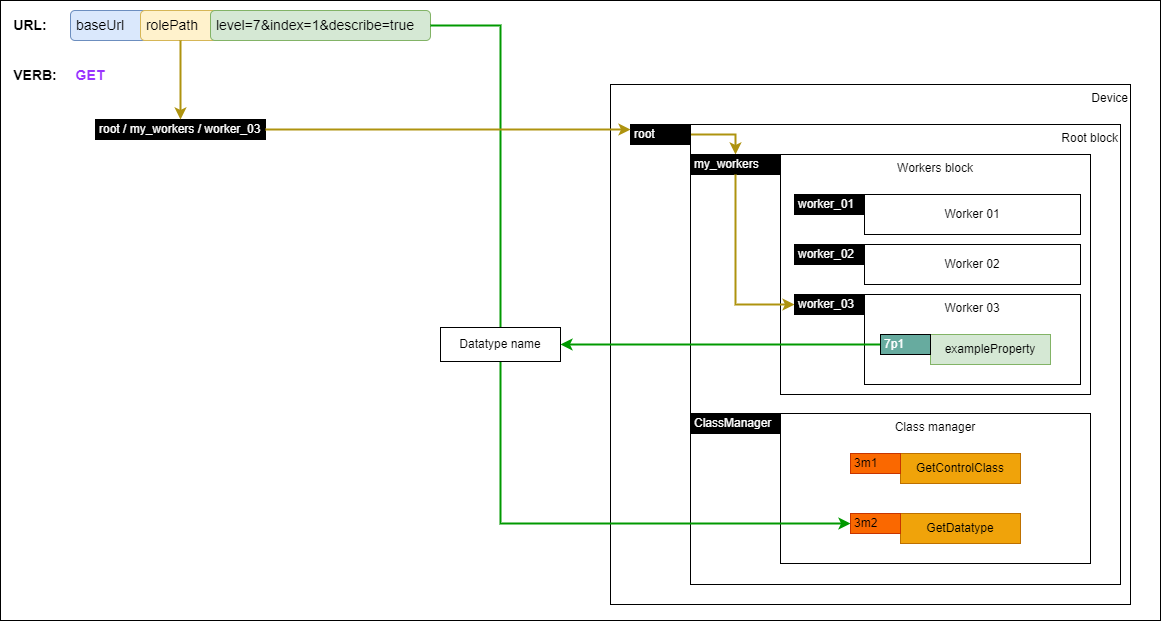
AMWA-TV/is-device-configuration keeps this draw.io diagram as docs/images/getting-datatype-descriptor.png. Above is the earlier version. Source tidied: cells renumbered, new cells last; positions are measured from the earlier drawing's top-left corner, leaving out a move shared by most shapes. The source it was exported from:
```xml
<mxGraphModel>
  <root>
    <mxCell id="0" />
    <mxCell id="1" parent="0" />
    <mxCell id="2" style="rounded=0;whiteSpace=wrap;html=1;" parent="1" vertex="1">
      <mxGeometry width="1160" height="620" as="geometry" />
    </mxCell>
    <mxCell id="3" value="Device" style="rounded=0;whiteSpace=wrap;html=1;align=right;verticalAlign=top;" parent="1" vertex="1">
      <mxGeometry x="610" y="84" width="520" height="520" as="geometry" />
    </mxCell>
    <mxCell id="4" value="&lt;div&gt;Root block&lt;br&gt;&lt;/div&gt;" style="rounded=0;whiteSpace=wrap;html=1;align=right;verticalAlign=top;" parent="1" vertex="1">
      <mxGeometry x="690" y="124" width="430" height="460" as="geometry" />
    </mxCell>
    <mxCell id="5" value="Workers block" style="rounded=0;whiteSpace=wrap;html=1;verticalAlign=top;" parent="1" vertex="1">
      <mxGeometry x="780" y="154" width="310" height="240" as="geometry" />
    </mxCell>
    <mxCell id="6" value="Worker 01" style="rounded=0;whiteSpace=wrap;html=1;" parent="1" vertex="1">
      <mxGeometry x="864" y="194" width="216" height="40" as="geometry" />
    </mxCell>
    <mxCell id="7" value="Worker 02" style="rounded=0;whiteSpace=wrap;html=1;" parent="1" vertex="1">
      <mxGeometry x="864" y="244" width="216" height="40" as="geometry" />
    </mxCell>
    <mxCell id="8" value="Worker 03" style="rounded=0;whiteSpace=wrap;html=1;verticalAlign=top;" parent="1" vertex="1">
      <mxGeometry x="864" y="294" width="216" height="90" as="geometry" />
    </mxCell>
    <mxCell id="9" style="edgeStyle=orthogonalEdgeStyle;rounded=0;jettySize=auto;html=1;exitX=1;exitY=0.5;exitDx=0;exitDy=0;fontColor=#000000;strokeColor=#ae930f;strokeWidth=2;" parent="1" edge="1" source="10" target="11">
      <mxGeometry relative="1" as="geometry" />
    </mxCell>
    <mxCell id="10" value="root" style="rounded=0;whiteSpace=wrap;html=1;align=left;fillColor=#000000;fontColor=#FFFFFF;spacingLeft=2;" parent="1" vertex="1">
      <mxGeometry x="630" y="124" width="60" height="20" as="geometry" />
    </mxCell>
    <mxCell id="11" value="my_workers" style="rounded=0;whiteSpace=wrap;html=1;align=left;fillColor=#000000;fontColor=#FFFFFF;spacingLeft=2;" parent="1" vertex="1">
      <mxGeometry x="690" y="154" width="90" height="20" as="geometry" />
    </mxCell>
    <mxCell id="12" value="worker_01" style="rounded=0;whiteSpace=wrap;html=1;align=left;fillColor=#000000;fontColor=#FFFFFF;spacingLeft=2;" parent="1" vertex="1">
      <mxGeometry x="794" y="194" width="70" height="20" as="geometry" />
    </mxCell>
    <mxCell id="13" value="exampleProperty" style="rounded=0;whiteSpace=wrap;html=1;fillColor=#d5e8d4;strokeColor=#82b366;fontColor=default;" parent="1" vertex="1">
      <mxGeometry x="930" y="334" width="120" height="30" as="geometry" />
    </mxCell>
    <mxCell id="14" style="edgeStyle=orthogonalEdgeStyle;rounded=0;jettySize=auto;html=1;exitX=0;exitY=0.5;exitDx=0;exitDy=0;entryX=1;entryY=0.5;entryDx=0;entryDy=0;strokeColor=#009900;fontColor=#000000;strokeWidth=2;startArrow=none;startFill=0;" parent="1" edge="1" source="15" target="35">
      <mxGeometry relative="1" as="geometry" />
    </mxCell>
    <mxCell id="15" value="7p1" style="rounded=0;whiteSpace=wrap;html=1;align=left;fillColor=#67AB9F;fontColor=#FFFFFF;spacingLeft=2;" parent="1" vertex="1">
      <mxGeometry x="880" y="334" width="50" height="20" as="geometry" />
    </mxCell>
    <mxCell id="16" value="Class manager" style="rounded=0;whiteSpace=wrap;html=1;verticalAlign=top;" parent="1" vertex="1">
      <mxGeometry x="780" y="413" width="310" height="150" as="geometry" />
    </mxCell>
    <mxCell id="17" value="ClassManager" style="rounded=0;whiteSpace=wrap;html=1;align=left;fillColor=#000000;fontColor=#FFFFFF;spacingLeft=2;" parent="1" vertex="1">
      <mxGeometry x="690" y="413" width="90" height="20" as="geometry" />
    </mxCell>
    <mxCell id="18" value="worker_02" style="rounded=0;whiteSpace=wrap;html=1;align=left;fillColor=#000000;fontColor=#FFFFFF;spacingLeft=2;" parent="1" vertex="1">
      <mxGeometry x="794" y="244" width="70" height="20" as="geometry" />
    </mxCell>
    <mxCell id="19" value="GetControlClass" style="rounded=0;whiteSpace=wrap;html=1;fillColor=#f0a30a;strokeColor=#BD7000;fontColor=#000000;" parent="1" vertex="1">
      <mxGeometry x="900" y="453" width="120" height="30" as="geometry" />
    </mxCell>
    <mxCell id="20" value="3m1" style="rounded=0;whiteSpace=wrap;html=1;align=left;fillColor=#fa6800;fontColor=#000000;spacingLeft=2;strokeColor=#C73500;" parent="1" vertex="1">
      <mxGeometry x="850" y="453" width="50" height="20" as="geometry" />
    </mxCell>
    <mxCell id="21" value="GetDatatype" style="rounded=0;whiteSpace=wrap;html=1;fillColor=#f0a30a;strokeColor=#BD7000;fontColor=#000000;" parent="1" vertex="1">
      <mxGeometry x="900" y="513" width="120" height="30" as="geometry" />
    </mxCell>
    <mxCell id="22" value="3m2" style="rounded=0;whiteSpace=wrap;html=1;align=left;fillColor=#fa6800;fontColor=#000000;spacingLeft=2;strokeColor=#C73500;" parent="1" vertex="1">
      <mxGeometry x="850" y="513" width="50" height="20" as="geometry" />
    </mxCell>
    <mxCell id="23" value="&amp;nbsp;baseUrl" style="rounded=1;whiteSpace=wrap;html=1;align=left;fontSize=14;fillColor=#dae8fc;strokeColor=#6c8ebf;" parent="1" vertex="1">
      <mxGeometry x="70" y="10" width="90" height="30" as="geometry" />
    </mxCell>
    <mxCell id="24" value="&amp;nbsp;rolePath" style="rounded=1;whiteSpace=wrap;html=1;align=left;fontSize=14;fillColor=#fff2cc;strokeColor=#d6b656;" parent="1" vertex="1">
      <mxGeometry x="140" y="10" width="80" height="30" as="geometry" />
    </mxCell>
    <mxCell id="25" value="&amp;nbsp;level=7&amp;amp;index=1&amp;amp;describe=true" style="rounded=1;whiteSpace=wrap;html=1;align=left;fontSize=14;fillColor=#d5e8d4;strokeColor=#82b366;" parent="1" vertex="1">
      <mxGeometry x="210" y="10" width="220" height="30" as="geometry" />
    </mxCell>
    <mxCell id="26" value="URL:" style="text;html=1;strokeColor=none;fillColor=none;align=center;verticalAlign=middle;whiteSpace=wrap;rounded=0;fontStyle=1;fontSize=14;" parent="1" vertex="1">
      <mxGeometry x="10" y="10" width="40" height="30" as="geometry" />
    </mxCell>
    <mxCell id="27" value="VERB:" style="text;html=1;strokeColor=none;fillColor=none;align=center;verticalAlign=middle;whiteSpace=wrap;rounded=0;fontStyle=1;fontSize=14;" parent="1" vertex="1">
      <mxGeometry x="10" y="60" width="50" height="30" as="geometry" />
    </mxCell>
    <mxCell id="28" value="GET" style="text;html=1;strokeColor=none;fillColor=none;align=center;verticalAlign=middle;whiteSpace=wrap;rounded=0;fontStyle=1;fontSize=14;fontColor=#9933FF;" parent="1" vertex="1">
      <mxGeometry x="70" y="60" width="40" height="30" as="geometry" />
    </mxCell>
    <mxCell id="29" value="root / my_workers / worker_03" style="rounded=0;whiteSpace=wrap;html=1;align=left;fillColor=#000000;fontColor=#FFFFFF;spacingLeft=2;" parent="1" vertex="1">
      <mxGeometry x="95" y="119" width="170" height="20" as="geometry" />
    </mxCell>
    <mxCell id="30" style="edgeStyle=orthogonalEdgeStyle;rounded=0;jettySize=auto;html=1;exitX=0.5;exitY=1;exitDx=0;exitDy=0;fontColor=#000000;strokeColor=#ae930f;strokeWidth=2;entryX=0;entryY=0.5;entryDx=0;entryDy=0;" parent="1" edge="1" source="11" target="31">
      <mxGeometry relative="1" as="geometry" />
    </mxCell>
    <mxCell id="31" value="worker_03" style="rounded=0;whiteSpace=wrap;html=1;align=left;fillColor=#000000;fontColor=#FFFFFF;spacingLeft=2;" parent="1" vertex="1">
      <mxGeometry x="794" y="294" width="70" height="20" as="geometry" />
    </mxCell>
    <mxCell id="32" style="edgeStyle=orthogonalEdgeStyle;rounded=0;jettySize=auto;html=1;exitX=1;exitY=0.5;exitDx=0;exitDy=0;fontColor=#000000;strokeColor=#009900;strokeWidth=2;entryX=0;entryY=0.5;entryDx=0;entryDy=0;" parent="1" edge="1" source="25" target="22">
      <mxGeometry relative="1" as="geometry">
        <Array as="points">
          <mxPoint x="500" y="25" />
          <mxPoint x="500" y="523" />
        </Array>
      </mxGeometry>
    </mxCell>
    <mxCell id="33" style="edgeStyle=orthogonalEdgeStyle;rounded=0;jettySize=auto;html=1;exitX=1;exitY=0.5;exitDx=0;exitDy=0;fontColor=#000000;strokeColor=#ae930f;entryX=0;entryY=0.25;entryDx=0;entryDy=0;strokeWidth=2;" parent="1" edge="1" source="29" target="10">
      <mxGeometry relative="1" as="geometry">
        <Array as="points">
          <mxPoint x="265" y="129" />
        </Array>
      </mxGeometry>
    </mxCell>
    <mxCell id="34" style="edgeStyle=orthogonalEdgeStyle;rounded=0;jettySize=auto;html=1;fontColor=#000000;strokeColor=#ae930f;entryX=0.5;entryY=0;entryDx=0;entryDy=0;strokeWidth=2;" parent="1" edge="1" source="24" target="29">
      <mxGeometry relative="1" as="geometry" />
    </mxCell>
    <mxCell id="35" value="Datatype name" style="rounded=0;whiteSpace=wrap;html=1;" parent="1" vertex="1">
      <mxGeometry x="440" y="327" width="120" height="34" as="geometry" />
    </mxCell>
  </root>
</mxGraphModel>
```
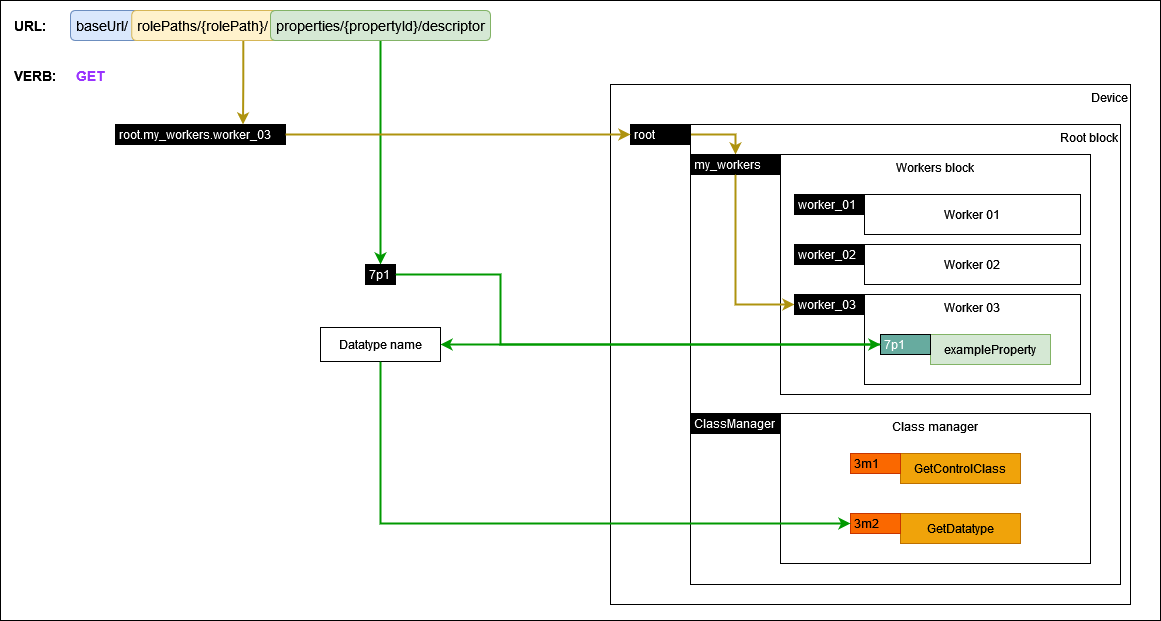
The same file after the commit.

What changed in the source:
```diff
@@ -65,15 +65,6 @@
     <mxCell id="22" value="3m2" style="rounded=0;whiteSpace=wrap;html=1;align=left;fillColor=#fa6800;fontColor=#000000;spacingLeft=2;strokeColor=#C73500;" parent="1" vertex="1">
       <mxGeometry x="850" y="513" width="50" height="20" as="geometry" />
     </mxCell>
-    <mxCell id="23" value="&amp;nbsp;baseUrl" style="rounded=1;whiteSpace=wrap;html=1;align=left;fontSize=14;fillColor=#dae8fc;strokeColor=#6c8ebf;" parent="1" vertex="1">
-      <mxGeometry x="70" y="10" width="90" height="30" as="geometry" />
-    </mxCell>
-    <mxCell id="24" value="&amp;nbsp;rolePath" style="rounded=1;whiteSpace=wrap;html=1;align=left;fontSize=14;fillColor=#fff2cc;strokeColor=#d6b656;" parent="1" vertex="1">
-      <mxGeometry x="140" y="10" width="80" height="30" as="geometry" />
-    </mxCell>
-    <mxCell id="25" value="&amp;nbsp;level=7&amp;amp;index=1&amp;amp;describe=true" style="rounded=1;whiteSpace=wrap;html=1;align=left;fontSize=14;fillColor=#d5e8d4;strokeColor=#82b366;" parent="1" vertex="1">
-      <mxGeometry x="210" y="10" width="220" height="30" as="geometry" />
-    </mxCell>
     <mxCell id="26" value="URL:" style="text;html=1;strokeColor=none;fillColor=none;align=center;verticalAlign=middle;whiteSpace=wrap;rounded=0;fontStyle=1;fontSize=14;" parent="1" vertex="1">
       <mxGeometry x="10" y="10" width="40" height="30" as="geometry" />
     </mxCell>
@@ -83,8 +74,8 @@
     <mxCell id="28" value="GET" style="text;html=1;strokeColor=none;fillColor=none;align=center;verticalAlign=middle;whiteSpace=wrap;rounded=0;fontStyle=1;fontSize=14;fontColor=#9933FF;" parent="1" vertex="1">
       <mxGeometry x="70" y="60" width="40" height="30" as="geometry" />
     </mxCell>
-    <mxCell id="29" value="root / my_workers / worker_03" style="rounded=0;whiteSpace=wrap;html=1;align=left;fillColor=#000000;fontColor=#FFFFFF;spacingLeft=2;" parent="1" vertex="1">
-      <mxGeometry x="95" y="119" width="170" height="20" as="geometry" />
+    <mxCell id="29" value="root.my_workers.worker_03" style="rounded=0;whiteSpace=wrap;html=1;align=left;fillColor=#000000;fontColor=#FFFFFF;spacingLeft=2;" parent="1" vertex="1">
+      <mxGeometry x="115" y="124" width="170" height="20" as="geometry" />
     </mxCell>
     <mxCell id="30" style="edgeStyle=orthogonalEdgeStyle;rounded=0;jettySize=auto;html=1;exitX=0.5;exitY=1;exitDx=0;exitDy=0;fontColor=#000000;strokeColor=#ae930f;strokeWidth=2;entryX=0;entryY=0.5;entryDx=0;entryDy=0;" parent="1" edge="1" source="11" target="31">
       <mxGeometry relative="1" as="geometry" />
@@ -92,26 +83,49 @@
     <mxCell id="31" value="worker_03" style="rounded=0;whiteSpace=wrap;html=1;align=left;fillColor=#000000;fontColor=#FFFFFF;spacingLeft=2;" parent="1" vertex="1">
       <mxGeometry x="794" y="294" width="70" height="20" as="geometry" />
     </mxCell>
-    <mxCell id="32" style="edgeStyle=orthogonalEdgeStyle;rounded=0;jettySize=auto;html=1;exitX=1;exitY=0.5;exitDx=0;exitDy=0;fontColor=#000000;strokeColor=#009900;strokeWidth=2;entryX=0;entryY=0.5;entryDx=0;entryDy=0;" parent="1" edge="1" source="25" target="22">
+    <mxCell id="32" style="edgeStyle=orthogonalEdgeStyle;rounded=0;jettySize=auto;html=1;exitX=0.5;exitY=1;exitDx=0;exitDy=0;fontColor=#000000;strokeColor=#009900;strokeWidth=2;entryX=0.5;entryY=0;entryDx=0;entryDy=0;" parent="1" edge="1" source="38" target="39">
       <mxGeometry relative="1" as="geometry">
         <Array as="points">
-          <mxPoint x="500" y="25" />
-          <mxPoint x="500" y="523" />
+          <mxPoint x="380" y="80" />
+          <mxPoint x="380" y="80" />
         </Array>
       </mxGeometry>
     </mxCell>
-    <mxCell id="33" style="edgeStyle=orthogonalEdgeStyle;rounded=0;jettySize=auto;html=1;exitX=1;exitY=0.5;exitDx=0;exitDy=0;fontColor=#000000;strokeColor=#ae930f;entryX=0;entryY=0.25;entryDx=0;entryDy=0;strokeWidth=2;" parent="1" edge="1" source="29" target="10">
-      <mxGeometry relative="1" as="geometry">
-        <Array as="points">
-          <mxPoint x="265" y="129" />
-        </Array>
-      </mxGeometry>
-    </mxCell>
-    <mxCell id="34" style="edgeStyle=orthogonalEdgeStyle;rounded=0;jettySize=auto;html=1;fontColor=#000000;strokeColor=#ae930f;entryX=0.5;entryY=0;entryDx=0;entryDy=0;strokeWidth=2;" parent="1" edge="1" source="24" target="29">
+    <mxCell id="34" style="edgeStyle=orthogonalEdgeStyle;rounded=0;jettySize=auto;html=1;fontColor=#000000;strokeColor=#ae930f;entryX=0.75;entryY=0;entryDx=0;entryDy=0;strokeWidth=2;exitX=0.75;exitY=1;exitDx=0;exitDy=0;" parent="1" edge="1" source="37" target="29">
       <mxGeometry relative="1" as="geometry" />
     </mxCell>
     <mxCell id="35" value="Datatype name" style="rounded=0;whiteSpace=wrap;html=1;" parent="1" vertex="1">
-      <mxGeometry x="440" y="327" width="120" height="34" as="geometry" />
+      <mxGeometry x="320" y="327" width="120" height="34" as="geometry" />
     </mxCell>
+    <mxCell id="36" value="&amp;nbsp;baseUrl/" style="rounded=1;whiteSpace=wrap;html=1;align=left;fontSize=14;fillColor=#dae8fc;strokeColor=#6c8ebf;" parent="1" vertex="1">
+      <mxGeometry x="70" y="10" width="90" height="30" as="geometry" />
+    </mxCell>
+    <mxCell id="37" value="&amp;nbsp;rolePaths/{rolePath}/" style="rounded=1;whiteSpace=wrap;html=1;align=left;fontSize=14;fillColor=#fff2cc;strokeColor=#d6b656;" parent="1" vertex="1">
+      <mxGeometry x="131.2" y="10" width="148.8" height="30" as="geometry" />
+    </mxCell>
+    <mxCell id="38" value="&amp;nbsp;properties/{propertyId}/descriptor" style="rounded=1;whiteSpace=wrap;html=1;align=left;fontSize=14;fillColor=#d5e8d4;strokeColor=#82b366;" parent="1" vertex="1">
+      <mxGeometry x="270" y="10" width="220" height="30" as="geometry" />
+    </mxCell>
+    <mxCell id="39" value="7p1" style="rounded=0;whiteSpace=wrap;html=1;align=left;fillColor=#000000;fontColor=#FFFFFF;spacingLeft=2;" parent="1" vertex="1">
+      <mxGeometry x="365" y="264" width="30" height="20" as="geometry" />
+    </mxCell>
+    <mxCell id="40" style="edgeStyle=orthogonalEdgeStyle;rounded=0;jettySize=auto;html=1;exitX=1;exitY=0.5;exitDx=0;exitDy=0;fontColor=#000000;strokeColor=#009900;strokeWidth=2;entryX=0;entryY=0.5;entryDx=0;entryDy=0;" parent="1" edge="1" source="39" target="15">
+      <mxGeometry relative="1" as="geometry">
+        <Array as="points">
+          <mxPoint x="500" y="274" />
+          <mxPoint x="500" y="344" />
+        </Array>
+      </mxGeometry>
+    </mxCell>
+    <mxCell id="41" style="edgeStyle=orthogonalEdgeStyle;rounded=0;jettySize=auto;html=1;exitX=0.5;exitY=1;exitDx=0;exitDy=0;fontColor=#000000;strokeColor=#009900;strokeWidth=2;entryX=0;entryY=0.5;entryDx=0;entryDy=0;" parent="1" edge="1" source="35" target="22">
+      <mxGeometry relative="1" as="geometry">
+        <Array as="points">
+          <mxPoint x="380" y="523" />
+        </Array>
+      </mxGeometry>
+    </mxCell>
+    <mxCell id="33" style="edgeStyle=orthogonalEdgeStyle;rounded=0;jettySize=auto;html=1;fontColor=#000000;strokeColor=#ae930f;entryX=0;entryY=0.5;entryDx=0;entryDy=0;strokeWidth=2;exitX=1;exitY=0.5;exitDx=0;exitDy=0;" parent="1" edge="1" source="29" target="10">
+      <mxGeometry relative="1" as="geometry" />
+    </mxCell>
   </root>
 </mxGraphModel>
```
